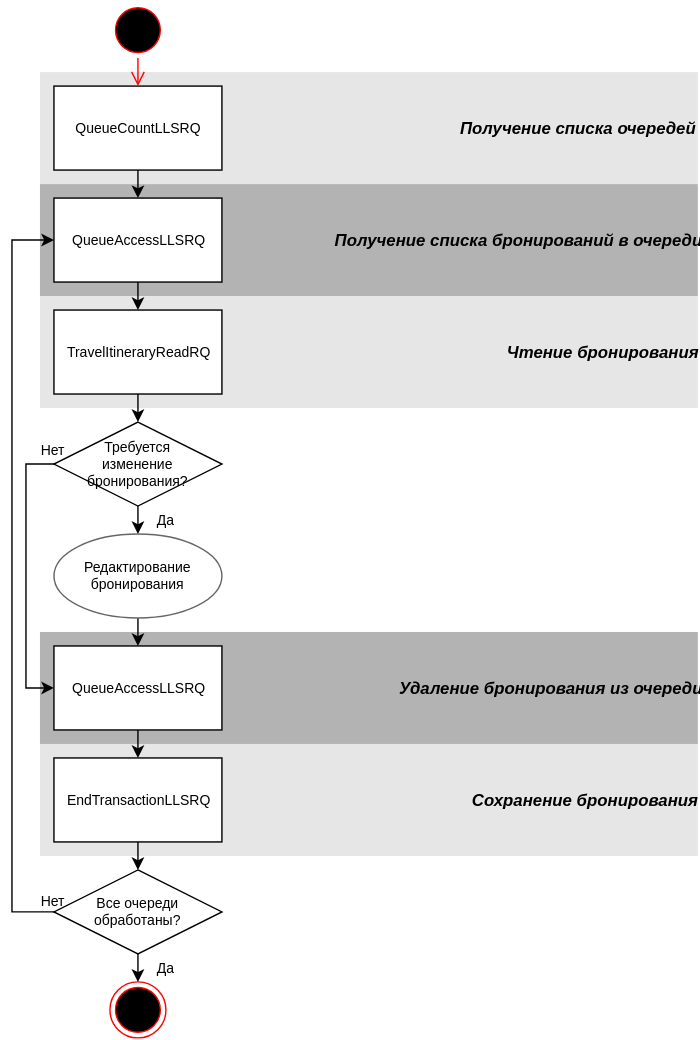
This is assets/svg/Queues/[RU]Queues-1[stateless].svg from andreypolyak/sabre-apis-ru, a draw.io export, as it was before one commit. Source tidied: cells renumbered, new cells last; positions are measured from the earlier drawing's top-left corner, leaving out a move shared by most shapes. Its diagram source:
```xml
<mxGraphModel background="#ffffff">
  <root>
    <mxCell id="0" />
    <mxCell id="1" parent="0" />
    <mxCell id="2" value="&lt;span style=&quot;font-size: 12px&quot;&gt;&lt;b&gt;&lt;i&gt;Сохранение бронирования&lt;/i&gt;&lt;/b&gt;&lt;/span&gt;" style="whiteSpace=wrap;html=1;fillColor=#E6E6E6;fontSize=10;strokeColor=none;align=right;" parent="1" vertex="1">
      <mxGeometry x="20" y="530" width="470" height="80" as="geometry" />
    </mxCell>
    <mxCell id="3" value="&lt;div style=&quot;text-align: right&quot;&gt;&lt;span style=&quot;font-size: 12px&quot;&gt;&lt;b&gt;&lt;i&gt;Получение списка бронирований в очереди&lt;/i&gt;&lt;/b&gt;&lt;/span&gt;&lt;/div&gt;" style="whiteSpace=wrap;html=1;fillColor=#B3B3B3;fontSize=10;strokeColor=none;align=right;" parent="1" vertex="1">
      <mxGeometry x="20" y="130" width="470" height="80" as="geometry" />
    </mxCell>
    <mxCell id="4" value="&lt;div style=&quot;text-align: right&quot;&gt;&lt;span&gt;&lt;b&gt;&lt;i&gt;&lt;font style=&quot;font-size: 12px&quot;&gt;Получение списка очередей&lt;/font&gt;&lt;/i&gt;&lt;/b&gt;&lt;/span&gt;&lt;br&gt;&lt;/div&gt;" style="whiteSpace=wrap;html=1;fillColor=#E6E6E6;fontSize=10;strokeColor=none;align=right;" parent="1" vertex="1">
      <mxGeometry x="20" y="50" width="470" height="80" as="geometry" />
    </mxCell>
    <mxCell id="5" value="&lt;div style=&quot;text-align: right&quot;&gt;&lt;span style=&quot;font-size: 12px&quot;&gt;&lt;b&gt;&lt;i&gt;Чтение бронирования&lt;/i&gt;&lt;/b&gt;&lt;/span&gt;&lt;/div&gt;" style="whiteSpace=wrap;html=1;fillColor=#E6E6E6;fontSize=10;strokeColor=none;align=right;" parent="1" vertex="1">
      <mxGeometry x="20" y="210" width="470" height="80" as="geometry" />
    </mxCell>
    <mxCell id="6" value="&lt;div style=&quot;text-align: right&quot;&gt;&lt;span style=&quot;font-size: 12px&quot;&gt;&lt;b&gt;&lt;i&gt;Удаление бронирования из очереди&lt;/i&gt;&lt;/b&gt;&lt;/span&gt;&lt;/div&gt;" style="whiteSpace=wrap;html=1;fillColor=#B3B3B3;fontSize=10;strokeColor=none;align=right;" parent="1" vertex="1">
      <mxGeometry x="20" y="450" width="470" height="80" as="geometry" />
    </mxCell>
    <mxCell id="7" style="edgeStyle=orthogonalEdgeStyle;rounded=0;html=1;exitX=0.5;exitY=1;entryX=0.5;entryY=0;labelBackgroundColor=none;startArrow=none;startFill=0;endArrow=classic;endFill=1;jettySize=auto;fontSize=8;fontColor=#000000;" parent="1" edge="1" source="8" target="10">
      <mxGeometry relative="1" as="geometry" />
    </mxCell>
    <mxCell id="8" value="QueueCountLLSRQ&lt;br&gt;" style="whiteSpace=wrap;html=1;rounded=0;fontSize=10;" parent="1" vertex="1">
      <mxGeometry x="30" y="60" width="120" height="60" as="geometry" />
    </mxCell>
    <mxCell id="9" style="edgeStyle=orthogonalEdgeStyle;rounded=0;html=1;exitX=0.5;exitY=1;entryX=0.5;entryY=0;labelBackgroundColor=none;startArrow=none;startFill=0;endArrow=classic;endFill=1;jettySize=auto;fontSize=8;fontColor=#000000;" parent="1" edge="1" source="10" target="12">
      <mxGeometry relative="1" as="geometry" />
    </mxCell>
    <mxCell id="10" value="QueueAccessLLSRQ&lt;br&gt;" style="whiteSpace=wrap;html=1;rounded=0;fontSize=10;" parent="1" vertex="1">
      <mxGeometry x="30" y="140" width="120" height="60" as="geometry" />
    </mxCell>
    <mxCell id="11" style="edgeStyle=orthogonalEdgeStyle;rounded=0;html=1;exitX=0.5;exitY=1;entryX=0.5;entryY=0;labelBackgroundColor=none;startArrow=none;startFill=0;endArrow=classic;endFill=1;jettySize=auto;fontSize=8;fontColor=#000000;" parent="1" edge="1" source="12" target="15">
      <mxGeometry relative="1" as="geometry" />
    </mxCell>
    <mxCell id="12" value="TravelItineraryReadRQ" style="whiteSpace=wrap;html=1;rounded=0;fontSize=10;" parent="1" vertex="1">
      <mxGeometry x="30" y="220" width="120" height="60" as="geometry" />
    </mxCell>
    <mxCell id="13" value="Да" style="edgeStyle=orthogonalEdgeStyle;rounded=0;html=1;exitX=0.5;exitY=1;entryX=0.5;entryY=0;labelBackgroundColor=none;startArrow=none;startFill=0;endArrow=classic;endFill=1;jettySize=auto;fontSize=10;fontColor=#000000;" parent="1" edge="1" source="15" target="17">
      <mxGeometry y="20" relative="1" as="geometry" />
    </mxCell>
    <mxCell id="14" value="&lt;font style=&quot;font-size: 10px;&quot;&gt;Нет&lt;/font&gt;" style="edgeStyle=orthogonalEdgeStyle;rounded=0;html=1;exitX=0;exitY=0.5;entryX=0;entryY=0.5;labelBackgroundColor=none;startArrow=none;startFill=0;endArrow=classic;endFill=1;jettySize=auto;fontSize=10;fontColor=#000000;" parent="1" edge="1" source="15" target="19">
      <mxGeometry x="-0.8" y="22" relative="1" as="geometry">
        <mxPoint x="-2" y="-10" as="offset" />
      </mxGeometry>
    </mxCell>
    <mxCell id="15" value="Требуется&lt;div&gt;изменение бронирования?&lt;/div&gt;" style="rhombus;whiteSpace=wrap;html=1;rounded=0;fontSize=10;" parent="1" vertex="1">
      <mxGeometry x="30" y="300" width="120" height="60" as="geometry" />
    </mxCell>
    <mxCell id="16" style="edgeStyle=orthogonalEdgeStyle;rounded=0;html=1;exitX=0.5;exitY=1;entryX=0.5;entryY=0;labelBackgroundColor=none;startArrow=none;startFill=0;endArrow=classic;endFill=1;jettySize=auto;fontSize=8;fontColor=#000000;" parent="1" edge="1" source="17" target="19">
      <mxGeometry relative="1" as="geometry" />
    </mxCell>
    <mxCell id="17" value="&lt;span&gt;&lt;font style=&quot;font-size: 10px&quot;&gt;Редактирование бронирования&lt;/font&gt;&lt;/span&gt;" style="ellipse;whiteSpace=wrap;html=1;strokeColor=#666666;fillColor=#FFFFFF;gradientColor=none;fontSize=8;fontColor=#000000;align=center;" parent="1" vertex="1">
      <mxGeometry x="30" y="380" width="120" height="60" as="geometry" />
    </mxCell>
    <mxCell id="18" style="edgeStyle=orthogonalEdgeStyle;rounded=0;html=1;exitX=0.5;exitY=1;labelBackgroundColor=none;startArrow=none;startFill=0;endArrow=classic;endFill=1;jettySize=auto;fontSize=8;fontColor=#000000;" parent="1" edge="1" source="19">
      <mxGeometry relative="1" as="geometry">
        <mxPoint x="90" y="540" as="targetPoint" />
      </mxGeometry>
    </mxCell>
    <mxCell id="19" value="QueueAccessLLSRQ" style="whiteSpace=wrap;html=1;rounded=0;fontSize=10;" parent="1" vertex="1">
      <mxGeometry x="30" y="460" width="120" height="60" as="geometry" />
    </mxCell>
    <mxCell id="20" value="Нет" style="edgeStyle=orthogonalEdgeStyle;rounded=0;html=1;exitX=0;exitY=0.5;entryX=0;entryY=0.5;labelBackgroundColor=none;startArrow=none;startFill=0;endArrow=classic;endFill=1;jettySize=auto;fontSize=10;fontColor=#000000;" parent="1" edge="1" source="21" target="10">
      <mxGeometry x="-0.86" y="-30" relative="1" as="geometry">
        <Array as="points">
          <mxPoint y="650" />
          <mxPoint y="170" />
        </Array>
      </mxGeometry>
    </mxCell>
    <mxCell id="21" value="Все очереди обработаны?" style="rhombus;whiteSpace=wrap;html=1;rounded=0;fontSize=10;" parent="1" vertex="1">
      <mxGeometry x="30" y="620" width="120" height="60" as="geometry" />
    </mxCell>
    <mxCell id="22" style="ellipse;html=1;shape=endState;fillColor=#000000;strokeColor=#ff0000;rounded=0;fontSize=10;align=center;" parent="1" vertex="1">
      <mxGeometry x="70" y="700" width="40" height="40" as="geometry" />
    </mxCell>
    <mxCell id="23" value="Да" style="edgeStyle=orthogonalEdgeStyle;rounded=0;html=1;entryX=0.5;entryY=0;jettySize=auto;orthogonalLoop=1;exitX=0.5;exitY=1;fontSize=10;" parent="1" edge="1">
      <mxGeometry as="geometry">
        <mxPoint x="90" y="680" as="sourcePoint" />
        <mxPoint x="90" y="700" as="targetPoint" />
        <mxPoint x="20" as="offset" />
      </mxGeometry>
    </mxCell>
    <mxCell id="24" style="ellipse;html=1;shape=startState;fillColor=#000000;strokeColor=#ff0000;rounded=0;fontSize=10;align=center;" parent="1" vertex="1">
      <mxGeometry x="70" width="40" height="40" as="geometry" />
    </mxCell>
    <mxCell id="25" style="edgeStyle=orthogonalEdgeStyle;html=1;verticalAlign=bottom;endArrow=open;endSize=8;strokeColor=#ff0000;fontSize=10;" parent="1" edge="1" source="24">
      <mxGeometry x="360" y="160" as="geometry">
        <mxPoint x="90" y="60" as="targetPoint" />
      </mxGeometry>
    </mxCell>
    <mxCell id="26" style="edgeStyle=orthogonalEdgeStyle;rounded=0;html=1;exitX=0.5;exitY=1;entryX=0.5;entryY=0;labelBackgroundColor=none;startArrow=none;startFill=0;endArrow=classic;endFill=1;jettySize=auto;fontSize=10;fontColor=#000000;" parent="1" edge="1" source="27" target="21">
      <mxGeometry relative="1" as="geometry" />
    </mxCell>
    <mxCell id="27" value="EndTransactionLLSRQ" style="whiteSpace=wrap;html=1;rounded=0;fontSize=10;" parent="1" vertex="1">
      <mxGeometry x="30" y="540" width="120" height="60" as="geometry" />
    </mxCell>
  </root>
</mxGraphModel>
```
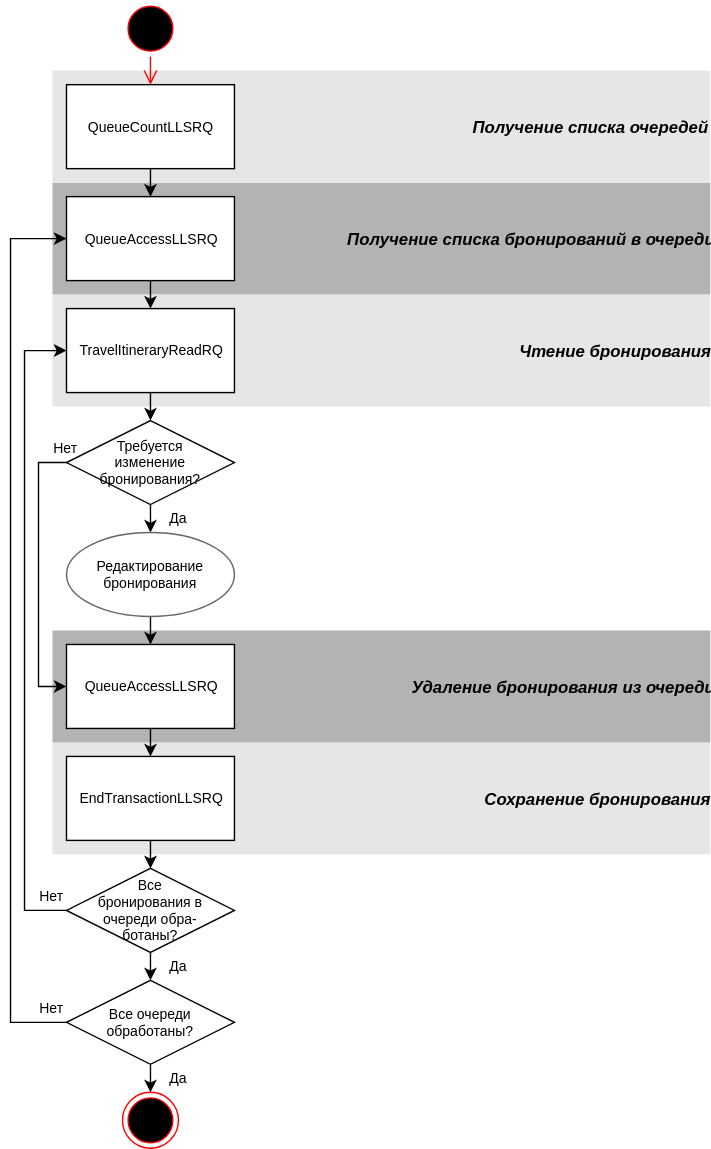
The same diagram one commit later.

Diff of the diagram source:
```diff
@@ -61,23 +61,23 @@
       <mxGeometry x="30" y="460" width="120" height="60" as="geometry" />
     </mxCell>
     <mxCell id="20" value="Нет" style="edgeStyle=orthogonalEdgeStyle;rounded=0;html=1;exitX=0;exitY=0.5;entryX=0;entryY=0.5;labelBackgroundColor=none;startArrow=none;startFill=0;endArrow=classic;endFill=1;jettySize=auto;fontSize=10;fontColor=#000000;" parent="1" edge="1" source="21" target="10">
-      <mxGeometry x="-0.86" y="-30" relative="1" as="geometry">
+      <mxGeometry x="-0.84" y="-30" relative="1" as="geometry">
         <Array as="points">
-          <mxPoint y="650" />
-          <mxPoint y="170" />
+          <mxPoint x="-10" y="730" />
+          <mxPoint x="-10" y="170" />
         </Array>
       </mxGeometry>
     </mxCell>
     <mxCell id="21" value="Все очереди обработаны?" style="rhombus;whiteSpace=wrap;html=1;rounded=0;fontSize=10;" parent="1" vertex="1">
-      <mxGeometry x="30" y="620" width="120" height="60" as="geometry" />
+      <mxGeometry x="30" y="700" width="120" height="60" as="geometry" />
     </mxCell>
     <mxCell id="22" style="ellipse;html=1;shape=endState;fillColor=#000000;strokeColor=#ff0000;rounded=0;fontSize=10;align=center;" parent="1" vertex="1">
-      <mxGeometry x="70" y="700" width="40" height="40" as="geometry" />
+      <mxGeometry x="70" y="780" width="40" height="40" as="geometry" />
     </mxCell>
     <mxCell id="23" value="Да" style="edgeStyle=orthogonalEdgeStyle;rounded=0;html=1;entryX=0.5;entryY=0;jettySize=auto;orthogonalLoop=1;exitX=0.5;exitY=1;fontSize=10;" parent="1" edge="1">
-      <mxGeometry as="geometry">
-        <mxPoint x="90" y="680" as="sourcePoint" />
-        <mxPoint x="90" y="700" as="targetPoint" />
+      <mxGeometry y="80" as="geometry">
+        <mxPoint x="90" y="760" as="sourcePoint" />
+        <mxPoint x="90" y="780" as="targetPoint" />
         <mxPoint x="20" as="offset" />
       </mxGeometry>
     </mxCell>
@@ -89,11 +89,25 @@
         <mxPoint x="90" y="60" as="targetPoint" />
       </mxGeometry>
     </mxCell>
-    <mxCell id="26" style="edgeStyle=orthogonalEdgeStyle;rounded=0;html=1;exitX=0.5;exitY=1;entryX=0.5;entryY=0;labelBackgroundColor=none;startArrow=none;startFill=0;endArrow=classic;endFill=1;jettySize=auto;fontSize=10;fontColor=#000000;" parent="1" edge="1" source="27" target="21">
-      <mxGeometry relative="1" as="geometry" />
+    <mxCell id="26" value="Да" style="edgeStyle=orthogonalEdgeStyle;rounded=0;html=1;exitX=0.5;exitY=1;entryX=0.5;entryY=0;labelBackgroundColor=none;startArrow=none;startFill=0;endArrow=classic;endFill=1;jettySize=auto;fontSize=10;fontColor=#000000;" parent="1" edge="1" source="29" target="21">
+      <mxGeometry y="20" relative="1" as="geometry" />
     </mxCell>
     <mxCell id="27" value="EndTransactionLLSRQ" style="whiteSpace=wrap;html=1;rounded=0;fontSize=10;" parent="1" vertex="1">
       <mxGeometry x="30" y="540" width="120" height="60" as="geometry" />
     </mxCell>
+    <mxCell id="28" value="Нет" style="edgeStyle=orthogonalEdgeStyle;rounded=0;comic=0;html=1;exitX=0;exitY=0.5;entryX=0;entryY=0.5;labelBackgroundColor=none;endArrow=classic;endFill=1;jettySize=auto;strokeColor=#000000;strokeWidth=1;fontSize=10;fontColor=#000000;" parent="1" edge="1" source="29" target="12">
+      <mxGeometry x="-0.83" y="-20" relative="1" as="geometry">
+        <Array as="points">
+          <mxPoint y="650" />
+          <mxPoint y="250" />
+        </Array>
+      </mxGeometry>
+    </mxCell>
+    <mxCell id="29" value="Все&lt;div&gt;бронирования в&lt;/div&gt;&lt;div&gt;очереди&amp;nbsp;&lt;span&gt;обра-&lt;/span&gt;&lt;/div&gt;&lt;div&gt;&lt;span&gt;ботаны?&lt;/span&gt;&lt;/div&gt;" style="rhombus;whiteSpace=wrap;html=1;rounded=0;fontSize=10;" parent="1" vertex="1">
+      <mxGeometry x="30" y="620" width="120" height="60" as="geometry" />
+    </mxCell>
+    <mxCell id="30" style="edgeStyle=orthogonalEdgeStyle;rounded=0;html=1;exitX=0.5;exitY=1;entryX=0.5;entryY=0;labelBackgroundColor=none;startArrow=none;startFill=0;endArrow=classic;endFill=1;jettySize=auto;fontSize=10;fontColor=#000000;" parent="1" edge="1" source="27" target="29">
+      <mxGeometry relative="1" as="geometry" />
+    </mxCell>
   </root>
 </mxGraphModel>
```
